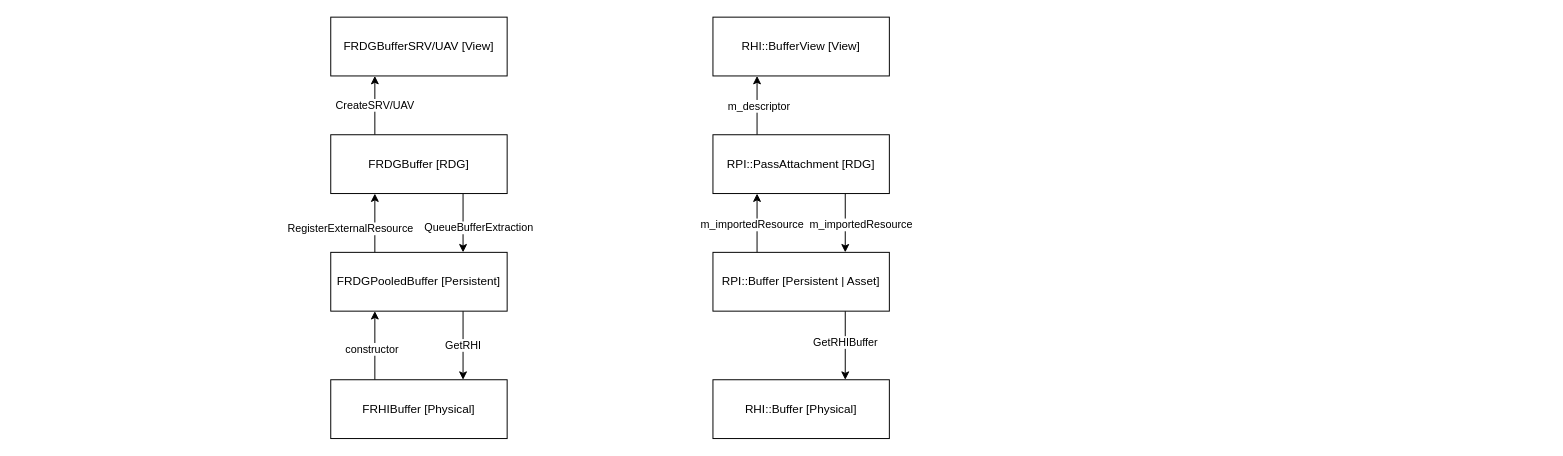
Above: Buffer-UE v.s. O3DE.drawio in ychen9712/draw.io.container (draw.io), before the change. Source tidied: cells renumbered, new cells numbered last; positions are measured from the earlier drawing's top-left corner, leaving out a move shared by most shapes. Both pictures are drawn from the tidied source at 98%, with x=0, y=0 at pixel (330, 17).
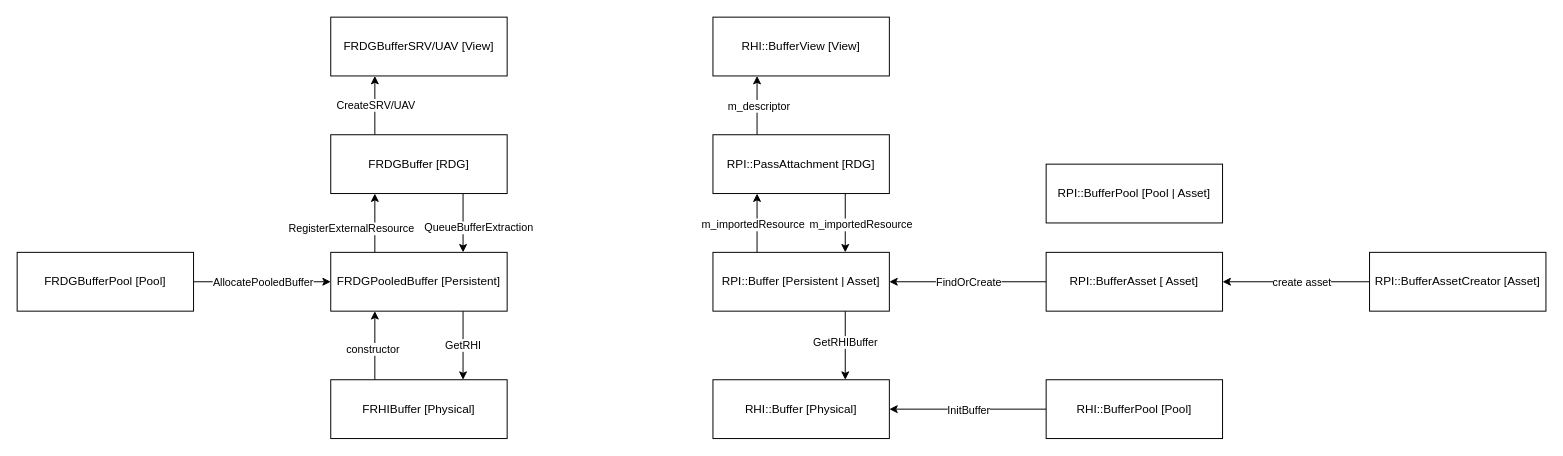
After the change.

Unchanged cells that the change refers to:
```xml
<mxCell id="11" value="FRDGPooledBuffer [Persistent]" style="rounded=0;whiteSpace=wrap;html=1;" parent="1" vertex="1">
  <mxGeometry y="240" width="180" height="60" as="geometry" />
</mxCell>
<mxCell id="20" value="RHI::Buffer [Physical]" style="rounded=0;whiteSpace=wrap;html=1;" parent="1" vertex="1">
  <mxGeometry x="390" y="370" width="180" height="60" as="geometry" />
</mxCell>
<mxCell id="25" value="RPI::Buffer [Persistent | Asset]" style="rounded=0;whiteSpace=wrap;html=1;" parent="1" vertex="1">
  <mxGeometry x="390" y="240" width="180" height="60" as="geometry" />
</mxCell>
```

Diff of the diagram source:
```diff
@@
+    <mxCell id="28" style="edgeStyle=orthogonalEdgeStyle;rounded=0;jettySize=auto;html=1;exitX=1;exitY=0.5;exitDx=0;exitDy=0;entryX=0;entryY=0.5;entryDx=0;entryDy=0;" parent="1" edge="1" source="30" target="11">
+      <mxGeometry relative="1" as="geometry" />
+    </mxCell>
+    <mxCell id="29" value="AllocatePooledBuffer" style="edgeLabel;html=1;align=center;verticalAlign=middle;" parent="28" vertex="1">
+      <mxGeometry x="-0.24" y="-1" relative="1" as="geometry">
+        <mxPoint x="17" y="-1" as="offset" />
+      </mxGeometry>
+    </mxCell>
+    <mxCell id="30" value="FRDGBufferPool [Pool]" style="rounded=0;whiteSpace=wrap;html=1;" parent="1" vertex="1">
+      <mxGeometry x="-320" y="240" width="180" height="60" as="geometry" />
+    </mxCell>
+    <mxCell id="31" value="RPI::BufferPool [Pool | Asset]" style="rounded=0;whiteSpace=wrap;html=1;" parent="1" vertex="1">
+      <mxGeometry x="730" y="150" width="180" height="60" as="geometry" />
+    </mxCell>
+    <mxCell id="32" style="edgeStyle=orthogonalEdgeStyle;rounded=0;jettySize=auto;html=1;exitX=0;exitY=0.5;exitDx=0;exitDy=0;entryX=1;entryY=0.5;entryDx=0;entryDy=0;" parent="1" edge="1" source="34" target="20">
+      <mxGeometry relative="1" as="geometry" />
+    </mxCell>
+    <mxCell id="33" value="InitBuffer" style="edgeLabel;html=1;align=center;verticalAlign=middle;" parent="32" vertex="1">
+      <mxGeometry x="0.16" y="-1" relative="1" as="geometry">
+        <mxPoint x="13" y="1" as="offset" />
+      </mxGeometry>
+    </mxCell>
+    <mxCell id="34" value="RHI::BufferPool [Pool]" style="rounded=0;whiteSpace=wrap;html=1;" parent="1" vertex="1">
+      <mxGeometry x="730" y="370" width="180" height="60" as="geometry" />
+    </mxCell>
+    <mxCell id="35" style="edgeStyle=orthogonalEdgeStyle;rounded=0;jettySize=auto;html=1;entryX=1;entryY=0.5;entryDx=0;entryDy=0;" parent="1" edge="1" source="37" target="25">
+      <mxGeometry relative="1" as="geometry" />
+    </mxCell>
+    <mxCell id="36" value="FindOrCreate" style="edgeLabel;html=1;align=center;verticalAlign=middle;" parent="35" vertex="1">
+      <mxGeometry x="0.18" y="1" relative="1" as="geometry">
+        <mxPoint x="14" y="-1" as="offset" />
+      </mxGeometry>
+    </mxCell>
+    <mxCell id="37" value="RPI::BufferAsset [ Asset]" style="rounded=0;whiteSpace=wrap;html=1;" parent="1" vertex="1">
+      <mxGeometry x="730" y="240" width="180" height="60" as="geometry" />
+    </mxCell>
+    <mxCell id="38" style="edgeStyle=orthogonalEdgeStyle;rounded=0;jettySize=auto;html=1;entryX=1;entryY=0.5;entryDx=0;entryDy=0;" parent="1" edge="1" source="40" target="37">
+      <mxGeometry relative="1" as="geometry" />
+    </mxCell>
+    <mxCell id="39" value="create asset" style="edgeLabel;html=1;align=center;verticalAlign=middle;" parent="38" vertex="1">
+      <mxGeometry x="0.01" y="2" relative="1" as="geometry">
+        <mxPoint x="6" y="-2" as="offset" />
+      </mxGeometry>
+    </mxCell>
+    <mxCell id="40" value="RPI::BufferAssetCreator [Asset]" style="rounded=0;whiteSpace=wrap;html=1;" parent="1" vertex="1">
+      <mxGeometry x="1060" y="240" width="180" height="60" as="geometry" />
+    </mxCell>
```
